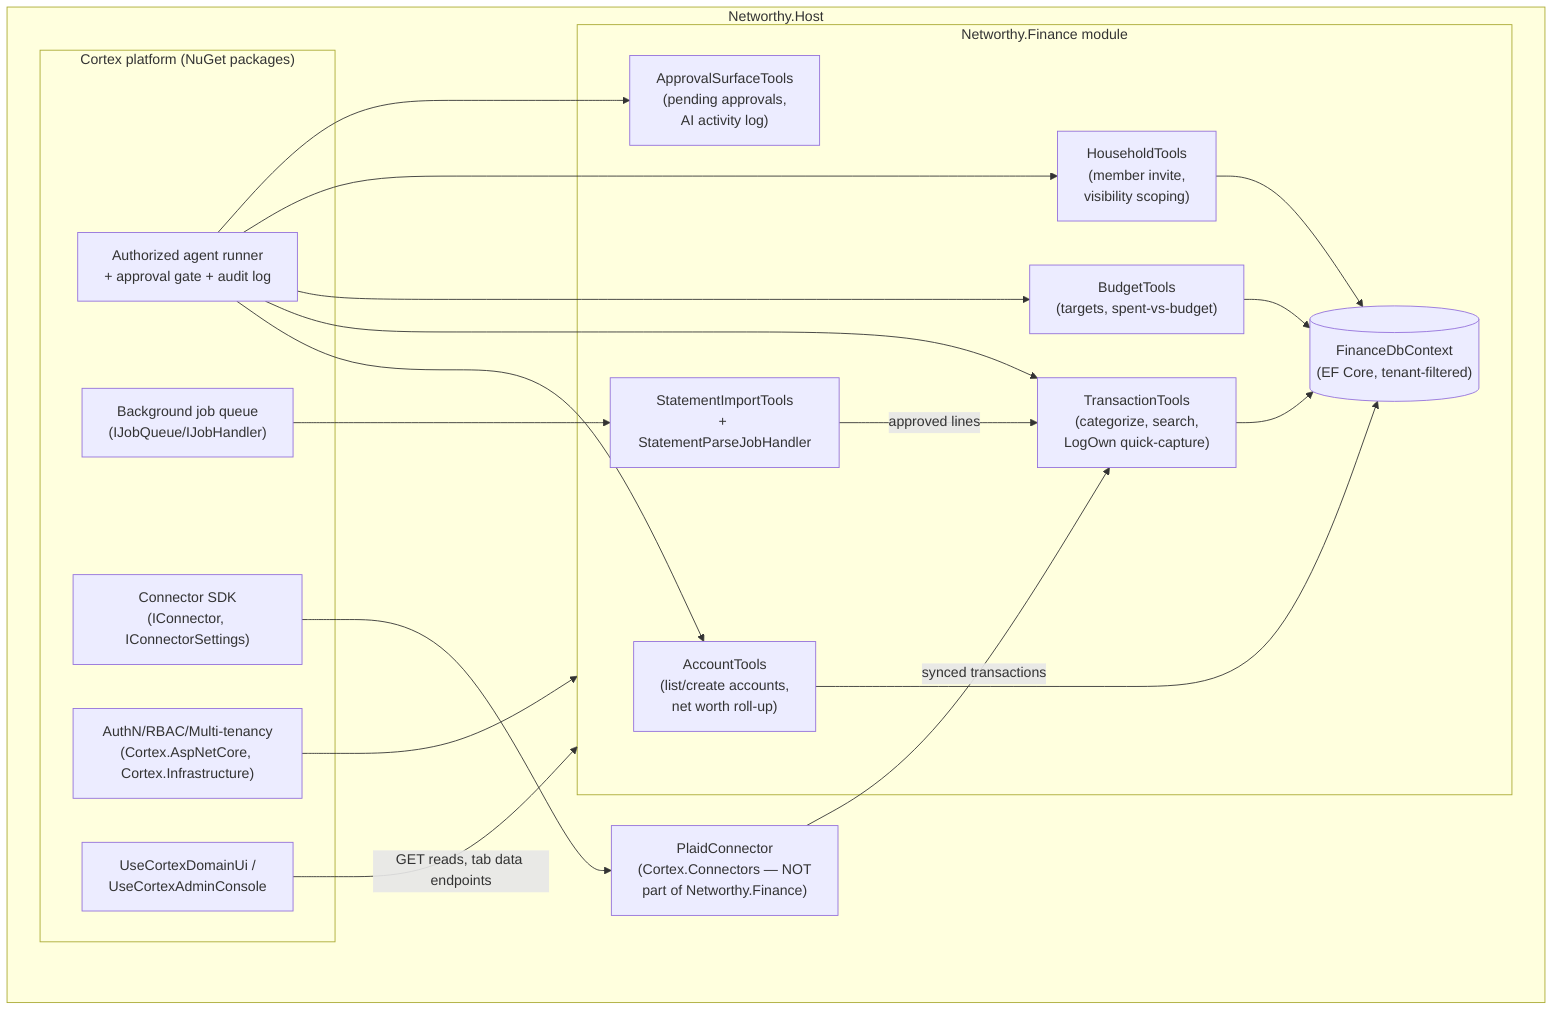
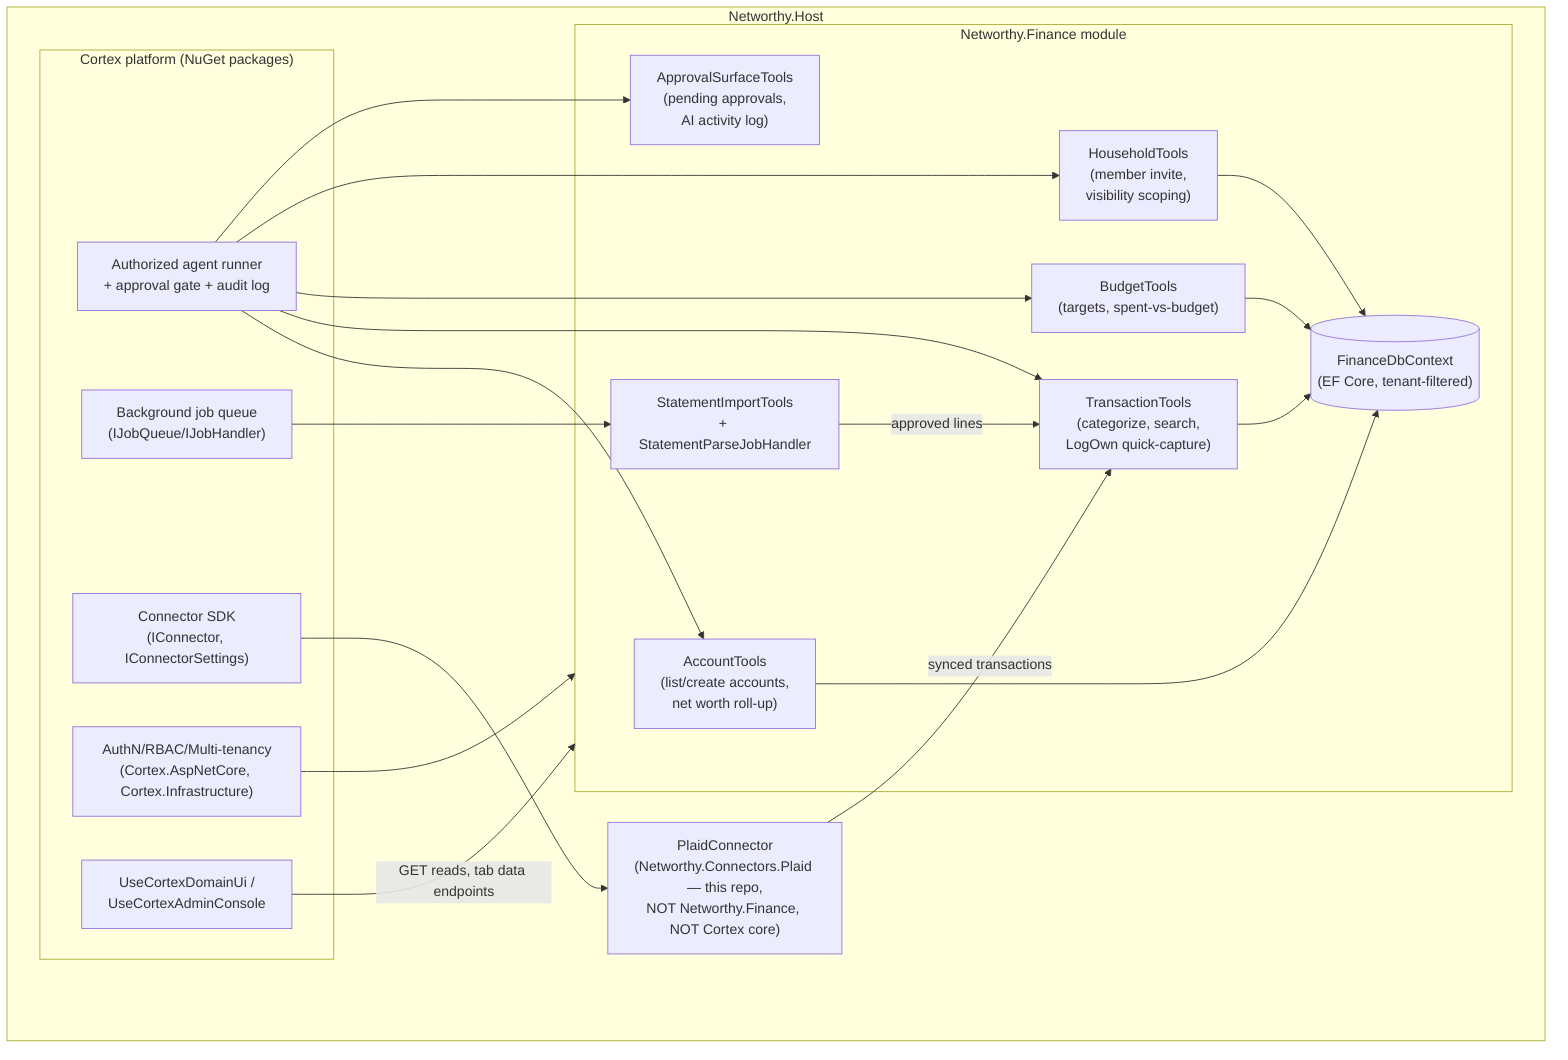
%% C4 Component (L3) — inside Networthy.Host
graph TB
    subgraph host["Networthy.Host"]
        subgraph platform["Cortex platform (NuGet packages)"]
            auth["AuthN/RBAC/Multi-tenancy<br/>(Cortex.AspNetCore, Cortex.Infrastructure)"]
            agentrunner["Authorized agent runner<br/>+ approval gate + audit log"]
            jobqueue["Background job queue<br/>(IJobQueue/IJobHandler)"]
            connectorsdk["Connector SDK<br/>(IConnector, IConnectorSettings)"]
            domainui_host["UseCortexDomainUi /<br/>UseCortexAdminConsole"]
        end

        subgraph finance["Networthy.Finance module"]
            accounttools["AccountTools<br/>(list/create accounts,<br/>net worth roll-up)"]
            txntools["TransactionTools<br/>(categorize, search,<br/>LogOwn quick-capture)"]
            importtools["StatementImportTools<br/>+ StatementParseJobHandler"]
            budgettools["BudgetTools<br/>(targets, spent-vs-budget)"]
            householdtools["HouseholdTools<br/>(member invite,<br/>visibility scoping)"]
            approvaltools["ApprovalSurfaceTools<br/>(pending approvals,<br/>AI activity log)"]
            financedb[("FinanceDbContext<br/>(EF Core, tenant-filtered)")]
        end

-         plaidconnector["PlaidConnector<br/>(Cortex.Connectors — NOT<br/>part of Networthy.Finance)"]
+         plaidconnector["PlaidConnector<br/>(Networthy.Connectors.Plaid — this repo,<br/>NOT Networthy.Finance, NOT Cortex core)"]
    end

    auth --> finance
    agentrunner --> accounttools
    agentrunner --> txntools
    agentrunner --> budgettools
    agentrunner --> householdtools
    agentrunner --> approvaltools
    jobqueue --> importtools
    connectorsdk --> plaidconnector
    plaidconnector -->|synced transactions| txntools
    importtools -->|approved lines| txntools
    accounttools --> financedb
    txntools --> financedb
    budgettools --> financedb
    householdtools --> financedb
    domainui_host -->|GET reads, tab data endpoints| finance
